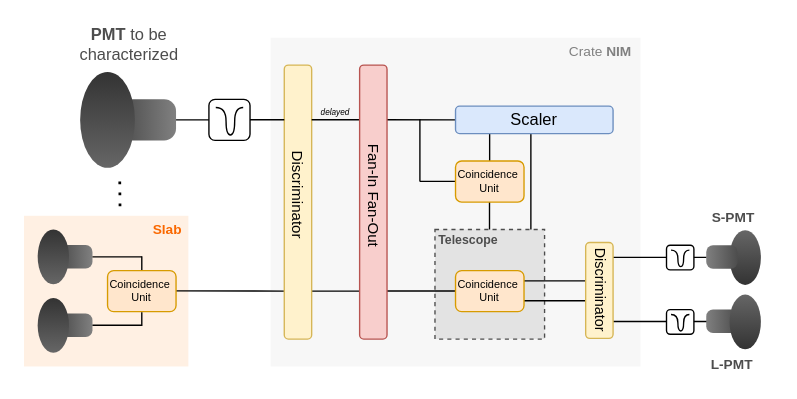
The draw.io diagram schemes/electronics.drawio in trRiccardo/MuonLifetime, before the edit. Source tidied: cells renumbered, new cells numbered last; positions are measured from the earlier drawing's top-left corner, leaving out a move shared by most shapes. Both pictures are drawn from the tidied source at 137%, with x=0, y=0 at pixel (23, 23).
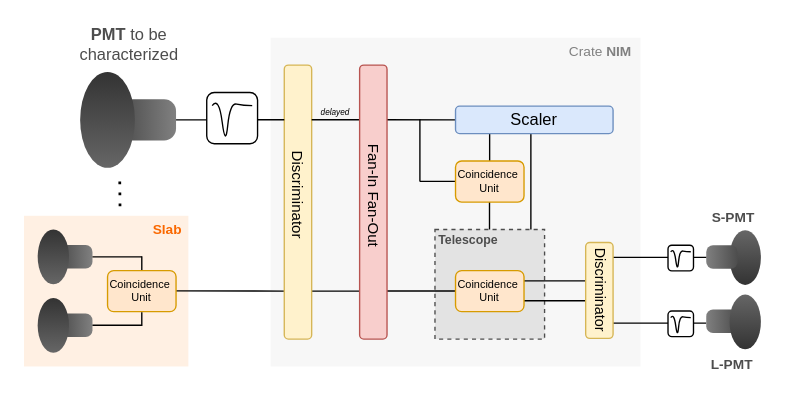
Above is the later version.

The change refers to these unchanged cells:
```xml
<mxCell id="6" style="rounded=1;whiteSpace=wrap;html=1;arcSize=29;strokeColor=none;fillColor=#4D4D4D;gradientColor=#808080;gradientDirection=east;" parent="1" vertex="1">
  <mxGeometry x="71" y="55" width="40" height="30" as="geometry" />
</mxCell>
```

The edit, as a diff of the source:
```diff
@@
+    <mxCell id="66" style="group;" parent="1" vertex="1">
+      <mxGeometry x="469" y="209.5" width="20" height="20" as="geometry" />
+    </mxCell>
+    <mxCell id="67" style="endArrow=none;html=1;rounded=0;fontSize=9;fontColor=#FFFFFF;" parent="66" edge="1">
+      <mxGeometry relative="1" as="geometry">
+        <mxPoint x="-40" y="8.9" as="sourcePoint" />
+        <mxPoint x="29" y="8.9" as="targetPoint" />
+      </mxGeometry>
+    </mxCell>
+    <mxCell id="68" style="group;" parent="66" vertex="1">
+      <mxGeometry x="-5.6" width="25.2" height="20" as="geometry" />
+    </mxCell>
+    <mxCell id="69" style="rounded=1;whiteSpace=wrap;html=1;" parent="68" vertex="1">
+      <mxGeometry x="6.7" width="18.6" height="18.7" as="geometry" />
+    </mxCell>
+    <mxCell id="70" style="group;" parent="68" vertex="1">
+      <mxGeometry y="1.3" width="22.3" height="18.7" as="geometry" />
+    </mxCell>
+    <mxCell id="71" style="endArrow=none;html=1;targetPerimeterSpacing=0;strokeWidth=1;curved=1;fillColor=#e51400;strokeColor=#000000;rounded=0;" parent="70" edge="1">
+      <mxGeometry relative="1" as="geometry">
+        <mxPoint x="8.7" y="3.5" as="sourcePoint" />
+        <mxPoint x="23.3" y="3.5" as="targetPoint" />
+        <Array as="points">
+          <mxPoint x="11.1" y="0.2" />
+          <mxPoint x="13.6" y="18.9" />
+          <mxPoint x="15.2" y="2.4" />
+          <mxPoint x="20.1" y="3.5" />
+        </Array>
+      </mxGeometry>
+    </mxCell>
@@
-    <mxCell id="4" style="endArrow=none;html=1;rounded=0;fontSize=9;fontColor=#FFFFFF;" parent="1" edge="1">
-      <mxGeometry relative="1" as="geometry">
-        <mxPoint x="430" y="217.2" as="sourcePoint" />
-        <mxPoint x="501" y="217.2" as="targetPoint" />
-      </mxGeometry>
-    </mxCell>
@@
-    <mxCell id="10" style="endArrow=none;html=1;rounded=0;fontColor=#000000;exitX=1;exitY=0.5;exitDx=0;exitDy=0;" parent="1" edge="1" source="6" target="26">
-      <mxGeometry relative="1" as="geometry" />
+    <mxCell id="10" style="endArrow=none;html=1;rounded=0;fontColor=#000000;exitX=1;exitY=0.5;exitDx=0;exitDy=0;" parent="1" edge="1" source="6">
+      <mxGeometry relative="1" as="geometry">
+        <mxPoint x="135" y="70" as="targetPoint" />
+      </mxGeometry>
     </mxCell>
@@
-    <mxCell id="25" style="group;" parent="1" vertex="1">
-      <mxGeometry x="135" y="55" width="30" height="30" as="geometry" />
-    </mxCell>
-    <mxCell id="26" style="rounded=1;whiteSpace=wrap;html=1;fontColor=#000000;strokeColor=#000000;fillColor=#FFFFFF;gradientColor=none;gradientDirection=east;" parent="25" vertex="1">
-      <mxGeometry width="30" height="30" as="geometry" />
-    </mxCell>
-    <mxCell id="27" style="endArrow=none;html=1;rounded=0;shadow=0;fontColor=#000000;endFill=0;sketch=0;edgeStyle=orthogonalEdgeStyle;curved=1;points=[[0,0,0,0,0],[0,0.24,0,0,0],[0,0.5,0,0,0],[0,0.76,0,0,0],[0,1,0,0,0],[0.26,0,0,0,0],[0.26,1,0,0,0],[0.5,0,0,0,0],[0.5,1,0,0,0],[0.76,0,0,0,0],[0.76,1,0,0,0],[1,0,0,0,0],[1,0.26,0,0,0],[1,0.5,0,0,0],[1,0.76,0,0,0],[1,1,0,0,0]];" parent="25" edge="1">
-      <mxGeometry relative="1" as="geometry">
-        <mxPoint x="5" y="6" as="sourcePoint" />
-        <mxPoint x="25" y="6" as="targetPoint" />
-        <Array as="points">
-          <mxPoint x="12.5" y="6" />
-          <mxPoint x="12.5" y="26" />
-          <mxPoint x="18.8" y="26" />
-          <mxPoint x="18.8" y="6" />
-        </Array>
-      </mxGeometry>
-    </mxCell>
@@
     <mxCell id="41" style="group;" parent="1" vertex="1">
-      <mxGeometry x="469" y="161.5" width="20" height="18" as="geometry" />
+      <mxGeometry x="469" y="161.5" width="20" height="20" as="geometry" />
     </mxCell>
@@
-    <mxCell id="43" style="rounded=1;whiteSpace=wrap;html=1;fontColor=#000000;strokeColor=#000000;fillColor=#FFFFFF;gradientColor=none;gradientDirection=east;" parent="41" vertex="1">
-      <mxGeometry width="20" height="18" as="geometry" />
-    </mxCell>
-    <mxCell id="44" style="endArrow=none;html=1;rounded=0;shadow=0;fontColor=#000000;endFill=0;sketch=0;edgeStyle=orthogonalEdgeStyle;curved=1;points=[[0,0,0,0,0],[0,0.24,0,0,0],[0,0.5,0,0,0],[0,0.76,0,0,0],[0,1,0,0,0],[0.26,0,0,0,0],[0.26,1,0,0,0],[0.5,0,0,0,0],[0.5,1,0,0,0],[0.76,0,0,0,0],[0.76,1,0,0,0],[1,0,0,0,0],[1,0.26,0,0,0],[1,0.5,0,0,0],[1,0.76,0,0,0],[1,1,0,0,0]];" parent="41" edge="1">
-      <mxGeometry relative="1" as="geometry">
-        <mxPoint x="3.3" y="3.6" as="sourcePoint" />
-        <mxPoint x="16.7" y="3.6" as="targetPoint" />
-        <Array as="points">
-          <mxPoint x="8.3" y="3.6" />
-          <mxPoint x="8.3" y="15.6" />
-          <mxPoint x="12.5" y="15.6" />
-          <mxPoint x="12.5" y="3.6" />
-        </Array>
-      </mxGeometry>
-    </mxCell>
-    <mxCell id="45" style="group;" parent="1" vertex="1">
-      <mxGeometry x="469" y="208.5" width="20" height="18" as="geometry" />
-    </mxCell>
-    <mxCell id="46" style="rounded=1;whiteSpace=wrap;html=1;fontColor=#000000;strokeColor=#000000;fillColor=#FFFFFF;gradientColor=none;gradientDirection=east;" parent="45" vertex="1">
-      <mxGeometry width="20" height="18" as="geometry" />
-    </mxCell>
-    <mxCell id="47" style="endArrow=none;html=1;rounded=0;shadow=0;fontColor=#000000;endFill=0;sketch=0;edgeStyle=orthogonalEdgeStyle;curved=1;points=[[0,0,0,0,0],[0,0.24,0,0,0],[0,0.5,0,0,0],[0,0.76,0,0,0],[0,1,0,0,0],[0.26,0,0,0,0],[0.26,1,0,0,0],[0.5,0,0,0,0],[0.5,1,0,0,0],[0.76,0,0,0,0],[0.76,1,0,0,0],[1,0,0,0,0],[1,0.26,0,0,0],[1,0.5,0,0,0],[1,0.76,0,0,0],[1,1,0,0,0]];" parent="45" edge="1">
-      <mxGeometry relative="1" as="geometry">
-        <mxPoint x="3.3" y="3.6" as="sourcePoint" />
-        <mxPoint x="16.7" y="3.6" as="targetPoint" />
-        <Array as="points">
-          <mxPoint x="8.3" y="3.6" />
-          <mxPoint x="8.3" y="15.6" />
-          <mxPoint x="12.5" y="15.6" />
-          <mxPoint x="12.5" y="3.6" />
-        </Array>
-      </mxGeometry>
-    </mxCell>
+    <mxCell id="72" style="group;" parent="41" vertex="1">
+      <mxGeometry x="-5.6" width="25.2" height="20" as="geometry" />
+    </mxCell>
+    <mxCell id="73" style="rounded=1;whiteSpace=wrap;html=1;" parent="72" vertex="1">
+      <mxGeometry x="6.7" width="18.6" height="18.7" as="geometry" />
+    </mxCell>
+    <mxCell id="74" style="group;" parent="72" vertex="1">
+      <mxGeometry y="1.3" width="22.3" height="18.7" as="geometry" />
+    </mxCell>
+    <mxCell id="75" style="endArrow=none;html=1;targetPerimeterSpacing=0;strokeWidth=1;curved=1;fillColor=#e51400;strokeColor=#000000;rounded=0;" parent="74" edge="1">
+      <mxGeometry relative="1" as="geometry">
+        <mxPoint x="8.7" y="3.5" as="sourcePoint" />
+        <mxPoint x="23.3" y="3.5" as="targetPoint" />
+        <Array as="points">
+          <mxPoint x="11.1" y="0.2" />
+          <mxPoint x="13.6" y="18.9" />
+          <mxPoint x="15.2" y="2.4" />
+          <mxPoint x="20.1" y="3.5" />
+        </Array>
+      </mxGeometry>
+    </mxCell>
@@
+    <mxCell id="76" style="group;" parent="1" vertex="1">
+      <mxGeometry x="120" y="50" width="50.5" height="40" as="geometry" />
+    </mxCell>
+    <mxCell id="77" style="rounded=1;whiteSpace=wrap;html=1;" parent="76" vertex="1">
+      <mxGeometry x="13.4" width="37.1" height="37.4" as="geometry" />
+    </mxCell>
+    <mxCell id="78" style="group;" parent="76" vertex="1">
+      <mxGeometry y="2.6" width="44.5" height="37.4" as="geometry" />
+    </mxCell>
+    <mxCell id="79" style="endArrow=none;html=1;targetPerimeterSpacing=0;strokeWidth=1;curved=1;fillColor=#e51400;strokeColor=#000000;rounded=0;" parent="78" edge="1">
+      <mxGeometry relative="1" as="geometry">
+        <mxPoint x="17.4" y="7" as="sourcePoint" />
+        <mxPoint x="46.6" y="7" as="targetPoint" />
+        <Array as="points">
+          <mxPoint x="22.3" y="0.4" />
+          <mxPoint x="27.1" y="37.9" />
+          <mxPoint x="30.4" y="4.8" />
+          <mxPoint x="40.1" y="7" />
+        </Array>
+      </mxGeometry>
+    </mxCell>
```
